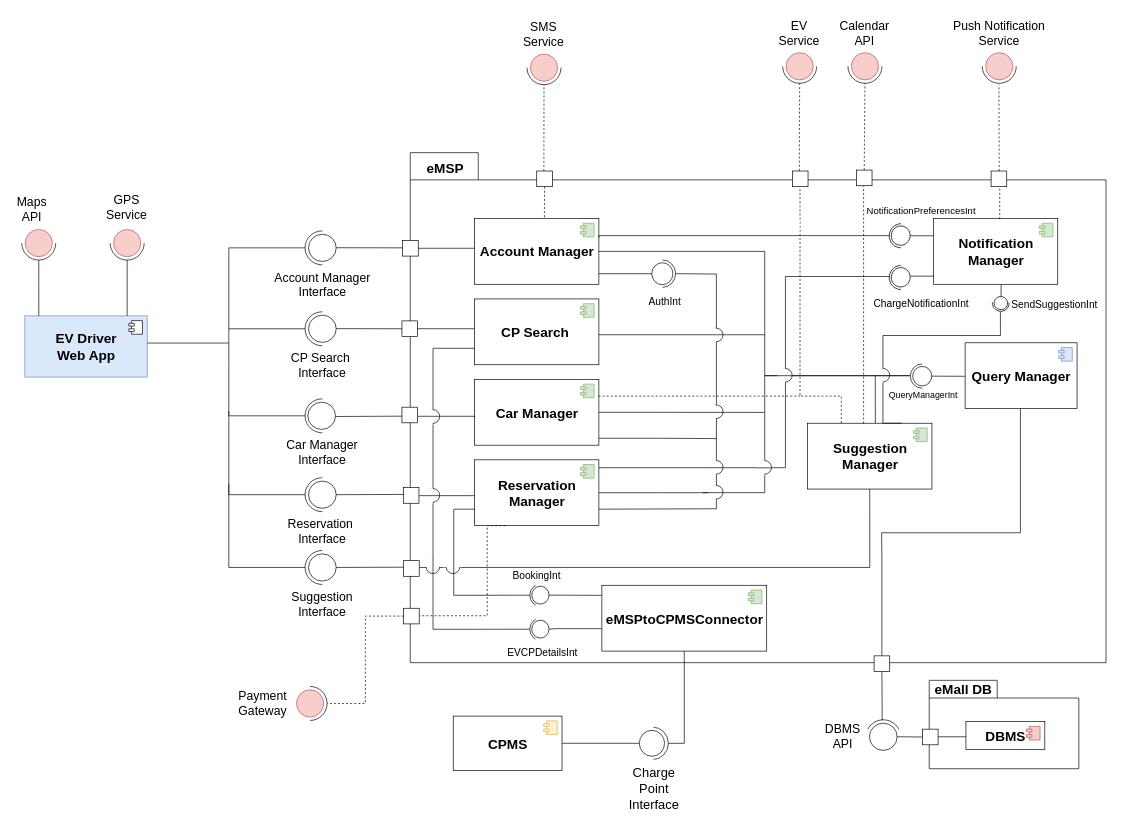
This is DD/src/componentDiagram/emsp_component_diagram.drawio from gio-del/eMall, a draw.io file, before an edit. Source tidied: cells renumbered, new cells numbered last; positions are measured from the earlier drawing's top-left corner, leaving out a move shared by most shapes. Both pictures are drawn from the tidied source at 68%, with x=0, y=0 at pixel (11, 12).
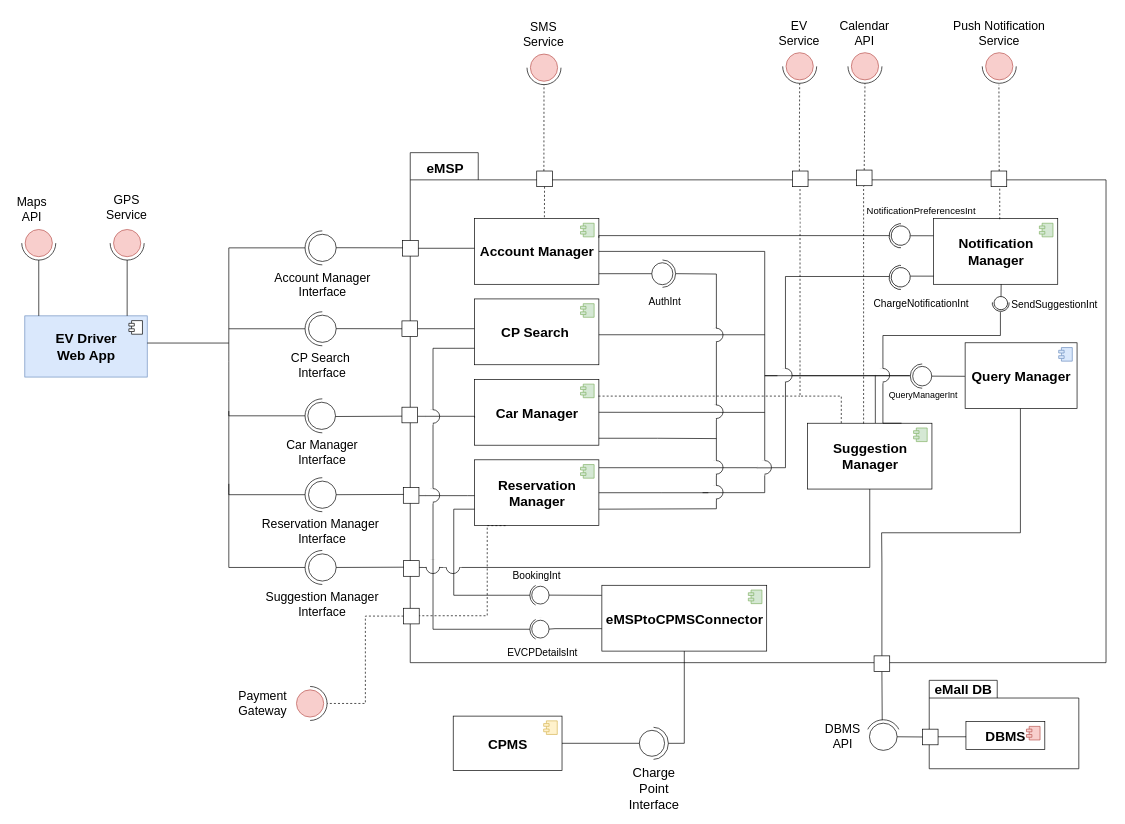
The same page after the edit.

The edit, as a diff of the source:
```diff
@@
     <mxCell id="226" style="group;" parent="1" vertex="1">
-      <mxGeometry x="310" y="680" width="303" height="90" as="geometry" />
+      <mxGeometry x="310" y="680" width="303" height="100" as="geometry" />
     </mxCell>
     <mxCell id="227" style="group;fontStyle=0;fontSize=20;" parent="226" vertex="1">
-      <mxGeometry width="303" height="90" as="geometry" />
+      <mxGeometry width="303" height="100" as="geometry" />
     </mxCell>
@@
-    <mxCell id="232" value="Reservation&amp;nbsp;&lt;br style=&quot;font-size: 18px;&quot;&gt;Interface" style="text;html=1;strokeColor=none;fillColor=none;align=center;verticalAlign=middle;whiteSpace=wrap;rounded=0;fontSize=18;fontStyle=0;" parent="227" vertex="1">
-      <mxGeometry x="76.3" y="70" width="142.5" height="30" as="geometry" />
+    <mxCell id="232" value="Reservation Manager&amp;nbsp;&lt;br style=&quot;font-size: 18px&quot;&gt;Interface" style="text;html=1;strokeColor=none;fillColor=none;align=center;verticalAlign=middle;whiteSpace=wrap;rounded=0;fontSize=18;fontStyle=0;" parent="227" vertex="1">
+      <mxGeometry x="48.2" y="70" width="198.8" height="30" as="geometry" />
     </mxCell>
@@
     <mxCell id="243" style="group;" parent="1" vertex="1">
-      <mxGeometry x="310" y="787" width="303" height="90" as="geometry" />
+      <mxGeometry x="310" y="787" width="303" height="100" as="geometry" />
     </mxCell>
     <mxCell id="244" style="group;fontStyle=0;fontSize=20;" parent="243" vertex="1">
-      <mxGeometry width="303" height="90" as="geometry" />
+      <mxGeometry width="303" height="100" as="geometry" />
     </mxCell>
@@
-    <mxCell id="249" value="Suggestion&lt;br&gt;Interface" style="text;html=1;strokeColor=none;fillColor=none;align=center;verticalAlign=middle;whiteSpace=wrap;rounded=0;fontSize=18;fontStyle=0;" parent="244" vertex="1">
-      <mxGeometry x="76.3" y="70" width="142.5" height="30" as="geometry" />
+    <mxCell id="249" value="Suggestion Manager&lt;br&gt;Interface" style="text;html=1;strokeColor=none;fillColor=none;align=center;verticalAlign=middle;whiteSpace=wrap;rounded=0;fontSize=18;fontStyle=0;" parent="244" vertex="1">
+      <mxGeometry x="63.2" y="70" width="168.8" height="30" as="geometry" />
     </mxCell>
```
